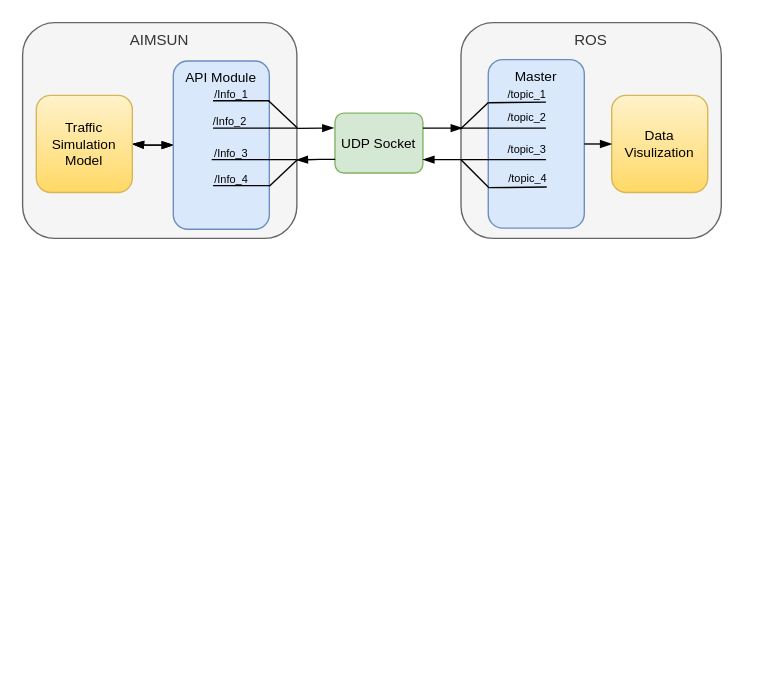
Earlier version of the draw.io diagram page "Page-1" (1 of 2) of ROS_AIMSUN_Bridge.drawio (LimingGao/draw_io). Source tidied: cells renumbered, new cells numbered last; positions are measured from the earlier drawing's top-left corner, leaving out a move shared by most shapes. Both pictures are drawn from the tidied source at 137%, with x=0, y=0 at pixel (22, 22).
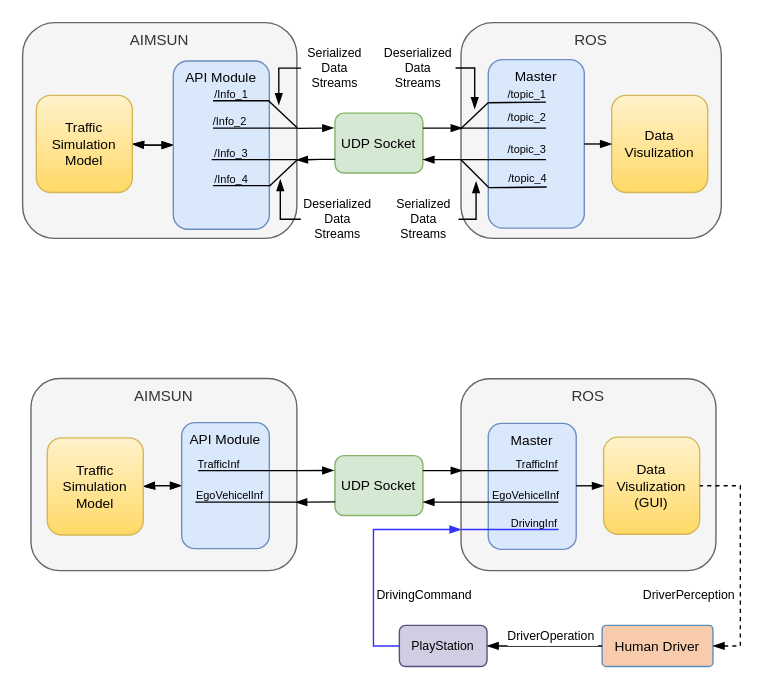
The same diagram, later.

The edit, as a diff of the source:
```diff
@@
+    <mxCell id="36" value="Serialized&#10;Data &#10;Streams" style="text;align=center;verticalAlign=middle;points=[];fillColor=none;strokeColor=none;rounded=0;labelBackgroundColor=none;fontSize=9;" parent="1" vertex="1">
+      <mxGeometry x="203.1" y="13.1" width="50" height="40" as="geometry" />
+    </mxCell>
+    <mxCell id="37" style="edgeStyle=orthogonalEdgeStyle;rounded=0;jettySize=auto;startArrow=blockThin;startFill=1;endArrow=none;endFill=0;strokeWidth=1;entryX=0.005;entryY=0.502;entryDx=0;entryDy=0;entryPerimeter=0;" parent="1" edge="1" target="36">
+      <mxGeometry relative="1" as="geometry">
+        <mxPoint x="187" y="60" as="sourcePoint" />
+        <Array as="points">
+          <mxPoint x="187" y="60" />
+          <mxPoint x="187" y="15" />
+        </Array>
+      </mxGeometry>
+    </mxCell>
+    <mxCell id="38" style="edgeStyle=orthogonalEdgeStyle;rounded=0;jettySize=auto;startArrow=blockThin;startFill=1;endArrow=none;endFill=0;strokeWidth=1;entryX=0;entryY=0.5;entryDx=0;entryDy=0;" parent="1" edge="1" target="43">
+      <mxGeometry relative="1" as="geometry">
+        <mxPoint x="188.1" y="114.5" as="sourcePoint" />
+        <Array as="points">
+          <mxPoint x="188" y="143" />
+          <mxPoint x="203" y="143" />
+        </Array>
+      </mxGeometry>
+    </mxCell>
+    <mxCell id="39" value="Serialized&#10;Data &#10;Streams" style="text;align=center;verticalAlign=middle;points=[];fillColor=none;strokeColor=none;rounded=0;labelBackgroundColor=none;fontSize=9;" parent="1" vertex="1">
+      <mxGeometry x="268" y="123.5" width="50" height="40" as="geometry" />
+    </mxCell>
+    <mxCell id="40" style="edgeStyle=orthogonalEdgeStyle;rounded=0;jettySize=auto;startArrow=blockThin;startFill=1;endArrow=none;endFill=0;strokeWidth=1;entryX=1.004;entryY=0.5;entryDx=0;entryDy=0;entryPerimeter=0;" parent="1" edge="1" target="39">
+      <mxGeometry relative="1" as="geometry">
+        <mxPoint x="331" y="116" as="sourcePoint" />
+        <Array as="points">
+          <mxPoint x="331" y="143" />
+          <mxPoint x="318" y="143" />
+        </Array>
+      </mxGeometry>
+    </mxCell>
+    <mxCell id="41" style="edgeStyle=orthogonalEdgeStyle;rounded=0;jettySize=auto;startArrow=blockThin;startFill=1;endArrow=none;endFill=0;strokeWidth=1;entryX=1;entryY=0.5;entryDx=0;entryDy=0;" parent="1" edge="1" target="42">
+      <mxGeometry relative="1" as="geometry">
+        <mxPoint x="330" y="63" as="sourcePoint" />
+        <Array as="points">
+          <mxPoint x="330" y="34" />
+        </Array>
+      </mxGeometry>
+    </mxCell>
+    <mxCell id="42" value="Deserialized&#10;Data&#10;Streams" style="rounded=1;align=center;verticalAlign=middle;fontSize=9;fontStyle=0;fillColor=none;strokeColor=none;" parent="1" vertex="1">
+      <mxGeometry x="261.8" y="13.7" width="54.2" height="38.8" as="geometry" />
+    </mxCell>
+    <mxCell id="43" value="Deserialized&#10;Data&#10;Streams" style="rounded=1;align=center;verticalAlign=middle;fontSize=9;fontStyle=0;fillColor=none;strokeColor=none;" parent="1" vertex="1">
+      <mxGeometry x="203.1" y="124.1" width="54.2" height="38.8" as="geometry" />
+    </mxCell>
+    <mxCell id="44" value="AIMSUN" style="rounded=1;align=center;verticalAlign=top;fontSize=11;fontStyle=0;strokeColor=#666666;fillColor=#f5f5f5;fontColor=#333333;glass=0;" parent="1" vertex="1">
+      <mxGeometry x="6.1" y="259.8" width="194.1" height="140.2" as="geometry" />
+    </mxCell>
+    <mxCell id="45" style="edgeStyle=orthogonalEdgeStyle;rounded=0;jettySize=auto;endArrow=blockThin;endFill=1;startArrow=blockThin;startFill=1;" parent="1" edge="1" source="47" target="48">
+      <mxGeometry relative="1" as="geometry" />
+    </mxCell>
+    <mxCell id="46" style="edgeStyle=orthogonalEdgeStyle;rounded=0;jettySize=auto;startArrow=blockThin;startFill=1;endArrow=blockThin;endFill=1;strokeWidth=1;" parent="1" edge="1" source="47" target="48">
+      <mxGeometry relative="1" as="geometry" />
+    </mxCell>
+    <mxCell id="47" value="API Module" style="rounded=1;align=center;verticalAlign=top;fontSize=10;fontStyle=0;fillColor=#dae8fc;strokeColor=#6c8ebf;" parent="1" vertex="1">
+      <mxGeometry x="116.1" y="292" width="64" height="92" as="geometry" />
+    </mxCell>
+    <mxCell id="48" value="Traffic&#10;Simulation&#10;Model" style="rounded=1;align=center;verticalAlign=middle;fontSize=10;fontStyle=0;fillColor=#fff2cc;strokeColor=#d6b656;gradientColor=#ffd966;" parent="1" vertex="1">
+      <mxGeometry x="18" y="303.1" width="70.1" height="70.9" as="geometry" />
+    </mxCell>
+    <mxCell id="49" value="UDP Socket" style="rounded=1;align=center;verticalAlign=middle;fillColor=#d5e8d4;strokeColor=#82b366;fontSize=10;fontStyle=0;" parent="1" vertex="1">
+      <mxGeometry x="228" y="316.1" width="64.2" height="43.7" as="geometry" />
+    </mxCell>
+    <mxCell id="50" value="ROS" style="rounded=1;align=center;verticalAlign=top;fontSize=11;fontStyle=0;strokeColor=#666666;fillColor=#f5f5f5;fontColor=#333333;glass=0;" parent="1" vertex="1">
+      <mxGeometry x="320" y="260" width="186.1" height="140" as="geometry" />
+    </mxCell>
+    <mxCell id="51" value="Master" style="rounded=1;align=center;verticalAlign=top;fontSize=10;fontStyle=0;fillColor=#dae8fc;strokeColor=#6c8ebf;" parent="1" vertex="1">
+      <mxGeometry x="339.9" y="292.5" width="64.2" height="92" as="geometry" />
+    </mxCell>
+    <mxCell id="52" value="Data&#10;Visulization&#10;(GUI)" style="rounded=1;align=center;verticalAlign=middle;fontSize=10;fontStyle=0;fillColor=#fff2cc;strokeColor=#d6b656;gradientColor=#ffd966;" parent="1" vertex="1">
+      <mxGeometry x="424.1" y="302.6" width="70.1" height="70.9" as="geometry" />
+    </mxCell>
+    <mxCell id="53" style="rounded=0;jettySize=auto;startArrow=blockThin;startFill=1;endArrow=none;endFill=0;strokeWidth=1;exitX=-0.012;exitY=0.247;exitDx=0;exitDy=0;exitPerimeter=0;" parent="1" edge="1" source="49">
+      <mxGeometry relative="1" as="geometry">
+        <mxPoint x="201.1" y="327" as="targetPoint" />
+      </mxGeometry>
+    </mxCell>
+    <mxCell id="54" style="rounded=0;jettySize=auto;startArrow=blockThin;startFill=1;endArrow=none;endFill=0;strokeWidth=1;entryX=1;entryY=0.25;entryDx=0;entryDy=0;" parent="1" edge="1" target="49">
+      <mxGeometry relative="1" as="geometry">
+        <mxPoint x="321" y="327" as="sourcePoint" />
+      </mxGeometry>
+    </mxCell>
+    <mxCell id="55" style="edgeStyle=orthogonalEdgeStyle;rounded=0;jettySize=auto;startArrow=blockThin;startFill=1;endArrow=none;endFill=0;strokeWidth=1;entryX=1;entryY=0.5;entryDx=0;entryDy=0;" parent="1" edge="1" source="52" target="51">
+      <mxGeometry relative="1" as="geometry" />
+    </mxCell>
+    <mxCell id="56" style="edgeStyle=orthogonalEdgeStyle;rounded=0;orthogonalLoop=1;jettySize=auto;startArrow=none;startFill=0;endArrow=none;endFill=0;strokeWidth=1;" parent="1" edge="1">
+      <mxGeometry relative="1" as="geometry">
+        <mxPoint x="391.1" y="327" as="sourcePoint" />
+        <mxPoint x="320" y="327" as="targetPoint" />
+      </mxGeometry>
+    </mxCell>
+    <mxCell id="57" value="TrafficInf" style="edgeLabel;align=center;verticalAlign=middle;fontSize=8;labelBackgroundColor=none;" parent="56" vertex="1">
+      <mxGeometry x="-0.2" y="2" relative="1" as="geometry">
+        <mxPoint x="12" y="-7" as="offset" />
+      </mxGeometry>
+    </mxCell>
+    <mxCell id="58" style="edgeStyle=orthogonalEdgeStyle;rounded=0;orthogonalLoop=1;jettySize=auto;startArrow=none;startFill=0;endArrow=none;endFill=0;strokeWidth=1;" parent="1" edge="1">
+      <mxGeometry relative="1" as="geometry">
+        <mxPoint x="391.1" y="350" as="sourcePoint" />
+        <mxPoint x="320" y="350" as="targetPoint" />
+      </mxGeometry>
+    </mxCell>
+    <mxCell id="59" value="EgoVehicelInf" style="edgeLabel;align=center;verticalAlign=middle;fontSize=8;labelBackgroundColor=none;" parent="58" vertex="1">
+      <mxGeometry x="-0.2" y="2" relative="1" as="geometry">
+        <mxPoint x="4" y="-7" as="offset" />
+      </mxGeometry>
+    </mxCell>
+    <mxCell id="60" style="edgeStyle=orthogonalEdgeStyle;rounded=0;jettySize=auto;startArrow=none;startFill=0;endArrow=blockThin;endFill=1;strokeWidth=1;entryX=0.999;entryY=0.776;entryDx=0;entryDy=0;entryPerimeter=0;" parent="1" edge="1" target="49">
+      <mxGeometry relative="1" as="geometry">
+        <mxPoint x="320" y="350" as="sourcePoint" />
+        <Array as="points">
+          <mxPoint x="307" y="350" />
+        </Array>
+      </mxGeometry>
+    </mxCell>
+    <mxCell id="61" style="rounded=0;jettySize=auto;startArrow=none;startFill=0;endArrow=blockThin;endFill=1;strokeWidth=1;entryX=0.995;entryY=0.644;entryDx=0;entryDy=0;entryPerimeter=0;exitX=0.003;exitY=0.771;exitDx=0;exitDy=0;exitPerimeter=0;" parent="1" edge="1" source="49" target="44">
+      <mxGeometry relative="1" as="geometry" />
+    </mxCell>
+    <mxCell id="62" style="edgeStyle=orthogonalEdgeStyle;rounded=0;orthogonalLoop=1;jettySize=auto;startArrow=none;startFill=0;endArrow=none;endFill=0;strokeWidth=1;" parent="1" edge="1">
+      <mxGeometry relative="1" as="geometry">
+        <mxPoint x="201" y="327" as="sourcePoint" />
+        <mxPoint x="128.1" y="327" as="targetPoint" />
+        <Array as="points">
+          <mxPoint x="179" y="327" />
+          <mxPoint x="179" y="327" />
+        </Array>
+      </mxGeometry>
+    </mxCell>
+    <mxCell id="63" value="TrafficInf" style="edgeLabel;align=center;verticalAlign=middle;fontSize=8;labelBackgroundColor=none;" parent="62" vertex="1">
+      <mxGeometry x="-0.2" y="2" relative="1" as="geometry">
+        <mxPoint x="-29" y="-7" as="offset" />
+      </mxGeometry>
+    </mxCell>
+    <mxCell id="64" style="edgeStyle=orthogonalEdgeStyle;rounded=0;orthogonalLoop=1;jettySize=auto;startArrow=none;startFill=0;endArrow=none;endFill=0;strokeWidth=1;" parent="1" edge="1">
+      <mxGeometry relative="1" as="geometry">
+        <mxPoint x="200" y="350" as="sourcePoint" />
+        <mxPoint x="126.1" y="350" as="targetPoint" />
+        <Array as="points">
+          <mxPoint x="178" y="350" />
+          <mxPoint x="178" y="350" />
+        </Array>
+      </mxGeometry>
+    </mxCell>
+    <mxCell id="65" value="EgoVehicelInf" style="edgeLabel;align=center;verticalAlign=middle;fontSize=8;labelBackgroundColor=none;" parent="64" vertex="1">
+      <mxGeometry x="-0.2" y="2" relative="1" as="geometry">
+        <mxPoint x="-19" y="-7" as="offset" />
+      </mxGeometry>
+    </mxCell>
+    <mxCell id="66" value="Human Driver" style="rounded=1;align=center;verticalAlign=middle;fontSize=10;fontStyle=0;fillColor=#F8CBAD;strokeColor=#578EC0;arcSize=10;" parent="1" vertex="1">
+      <mxGeometry x="423" y="440" width="80.9" height="30" as="geometry" />
+    </mxCell>
+    <mxCell id="67" style="rounded=0;jettySize=auto;startArrow=blockThin;startFill=1;endArrow=none;endFill=0;strokeWidth=1;entryX=1;entryY=0.5;entryDx=0;entryDy=0;exitX=1;exitY=0.5;exitDx=0;exitDy=0;edgeStyle=orthogonalEdgeStyle;dashed=1;" parent="1" edge="1" source="66" target="52">
+      <mxGeometry relative="1" as="geometry" />
+    </mxCell>
+    <mxCell id="68" value="DriverPerception" style="edgeLabel;align=center;verticalAlign=middle;fontSize=9;" parent="67" vertex="1">
+      <mxGeometry x="-0.16" relative="1" as="geometry">
+        <mxPoint x="-37.7" y="12" as="offset" />
+      </mxGeometry>
+    </mxCell>
+    <mxCell id="69" value="PlayStation" style="rounded=1;align=center;verticalAlign=middle;fillColor=#d0cee2;strokeColor=#56517e;fontSize=9;fontStyle=0;" parent="1" vertex="1">
+      <mxGeometry x="275" y="440" width="64" height="30" as="geometry" />
+    </mxCell>
+    <mxCell id="70" style="rounded=0;jettySize=auto;startArrow=none;startFill=0;endArrow=blockThin;endFill=1;strokeWidth=1;entryX=1;entryY=0.5;entryDx=0;entryDy=0;exitX=0;exitY=0.5;exitDx=0;exitDy=0;" parent="1" edge="1" source="66" target="69">
+      <mxGeometry relative="1" as="geometry" />
+    </mxCell>
+    <mxCell id="71" value="DriverOperation" style="edgeLabel;align=center;verticalAlign=middle;fontSize=9;" parent="70" vertex="1">
+      <mxGeometry x="-0.16" y="2" relative="1" as="geometry">
+        <mxPoint x="-2.5" y="-10" as="offset" />
+      </mxGeometry>
+    </mxCell>
+    <mxCell id="72" style="rounded=0;jettySize=auto;startArrow=blockThin;startFill=1;endArrow=none;endFill=0;strokeWidth=1;entryX=0;entryY=0.5;entryDx=0;entryDy=0;edgeStyle=orthogonalEdgeStyle;fillColor=#dae8fc;strokeColor=#3333FF;" parent="1" edge="1" target="69">
+      <mxGeometry relative="1" as="geometry">
+        <mxPoint x="320.1" y="370" as="sourcePoint" />
+        <Array as="points">
+          <mxPoint x="256.1" y="370" />
+          <mxPoint x="256.1" y="455" />
+        </Array>
+      </mxGeometry>
+    </mxCell>
+    <mxCell id="73" value="DrivingCommand" style="edgeLabel;align=center;verticalAlign=middle;fontSize=9;" parent="72" vertex="1">
+      <mxGeometry x="-0.26" y="1" relative="1" as="geometry">
+        <mxPoint x="34.9" y="46.2" as="offset" />
+      </mxGeometry>
+    </mxCell>
+    <mxCell id="74" style="edgeStyle=orthogonalEdgeStyle;rounded=0;orthogonalLoop=1;jettySize=auto;startArrow=none;startFill=0;endArrow=none;endFill=0;strokeWidth=1;fillColor=#dae8fc;strokeColor=#3333FF;" parent="1" edge="1">
+      <mxGeometry relative="1" as="geometry">
+        <mxPoint x="391.2" y="370" as="sourcePoint" />
+        <mxPoint x="320.1" y="370" as="targetPoint" />
+      </mxGeometry>
+    </mxCell>
+    <mxCell id="75" value="DrivingInf" style="edgeLabel;align=center;verticalAlign=middle;fontSize=8;labelBackgroundColor=none;" parent="74" vertex="1">
+      <mxGeometry x="-0.2" y="2" relative="1" as="geometry">
+        <mxPoint x="10" y="-7" as="offset" />
+      </mxGeometry>
+    </mxCell>
```
